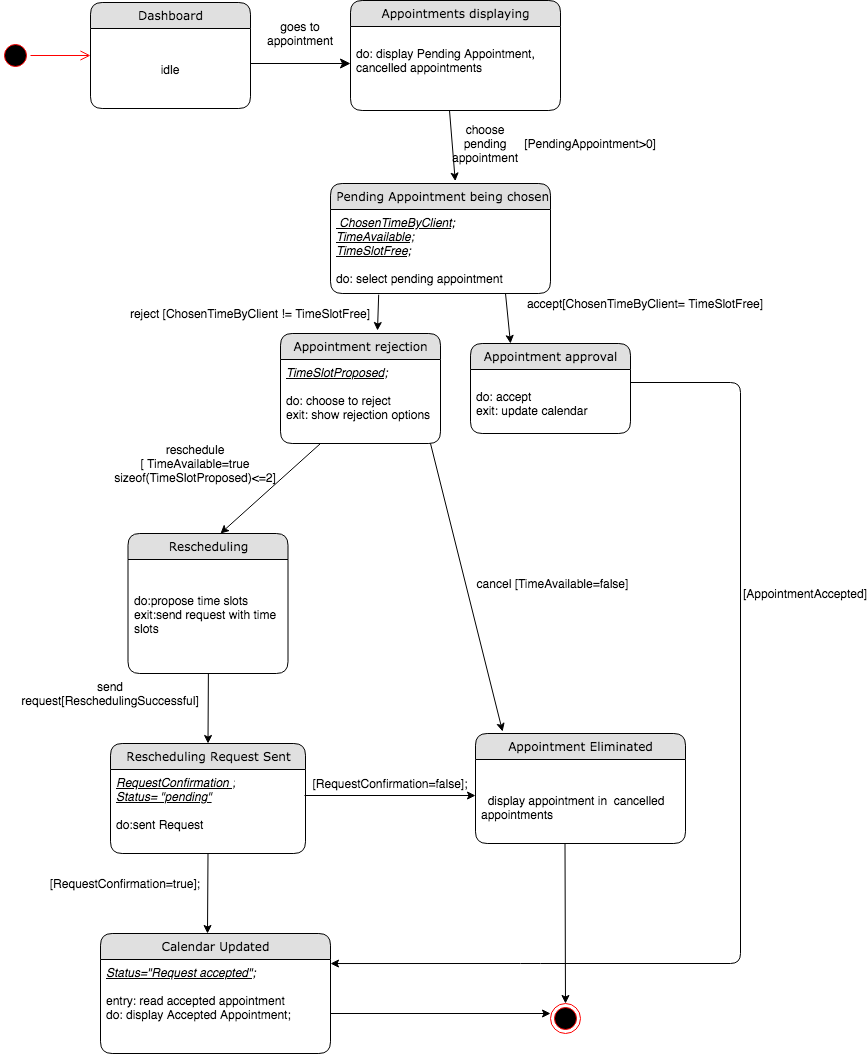
Before: Diagrams/State Chart Diagrams FINAL/ ST_05-06-07  ACCEPT,REJECT,RESCHEDULE APPOINTMENT.png, a diagram exported from draw.io (kkasharaj17/SE-project). Source tidied: cells renumbered, new cells last; positions are measured from the earlier drawing's top-left corner, leaving out a move shared by most shapes. The source it was exported from:
```xml
<mxGraphModel background="#ffffff">
  <root>
    <mxCell id="0" />
    <mxCell id="1" parent="0" />
    <mxCell id="2" style="edgeStyle=orthogonalEdgeStyle;html=1;labelBackgroundColor=none;startFill=0;startSize=8;endFill=1;endSize=8;fontFamily=Verdana;fontSize=12;" parent="1" edge="1" source="13">
      <mxGeometry relative="1" as="geometry">
        <mxPoint x="350" y="63" as="targetPoint" />
        <Array as="points">
          <mxPoint x="170" y="83" />
        </Array>
      </mxGeometry>
    </mxCell>
    <mxCell id="3" value="goes to appointment" style="text;html=1;strokeColor=none;fillColor=none;align=center;verticalAlign=middle;whiteSpace=wrap;rounded=0;" parent="1" vertex="1">
      <mxGeometry x="280" y="23" width="40" height="20" as="geometry" />
    </mxCell>
    <mxCell id="4" style="endArrow=classic;html=1;entryX=0.567;entryY=-0.022;entryDx=0;entryDy=0;entryPerimeter=0;" parent="1" edge="1" target="11">
      <mxGeometry relative="1" as="geometry">
        <mxPoint x="449" y="110" as="sourcePoint" />
      </mxGeometry>
    </mxCell>
    <mxCell id="5" value="choose pending appointment" style="text;html=1;strokeColor=none;fillColor=none;align=center;verticalAlign=middle;whiteSpace=wrap;rounded=0;rotation=0;" parent="1" vertex="1">
      <mxGeometry x="460" y="133" width="50" height="20" as="geometry" />
    </mxCell>
    <mxCell id="6" style="endArrow=classic;html=1;entryX=0.578;entryY=0;entryDx=0;entryDy=0;entryPerimeter=0;" parent="1" edge="1" target="32">
      <mxGeometry relative="1" as="geometry">
        <mxPoint x="320" y="443" as="sourcePoint" />
      </mxGeometry>
    </mxCell>
    <mxCell id="7" style="ellipse;html=1;shape=startState;fillColor=#000000;strokeColor=#ff0000;" parent="1" vertex="1">
      <mxGeometry y="40" width="30" height="30" as="geometry" />
    </mxCell>
    <mxCell id="8" style="edgeStyle=orthogonalEdgeStyle;html=1;verticalAlign=bottom;endArrow=open;endSize=8;strokeColor=#ff0000;" parent="1" edge="1" source="7">
      <mxGeometry relative="1" as="geometry">
        <mxPoint x="90" y="55" as="targetPoint" />
      </mxGeometry>
    </mxCell>
    <mxCell id="9" value="Appointments displaying" style="swimlane;html=1;fontStyle=0;horizontal=1;startSize=26;fillColor=#e0e0e0;swimlaneFillColor=#ffffff;align=center;rounded=1;shadow=0;comic=0;labelBackgroundColor=none;strokeWidth=1;fontFamily=Verdana;fontSize=12;" parent="1" vertex="1">
      <mxGeometry x="350" width="210" height="110" as="geometry" />
    </mxCell>
    <mxCell id="10" value="&lt;br&gt;do: display Pending Appointment,&lt;br&gt;cancelled appointments" style="text;html=1;strokeColor=none;fillColor=none;spacingLeft=4;spacingRight=4;whiteSpace=wrap;overflow=hidden;" parent="9" vertex="1">
      <mxGeometry y="26" width="210" height="84" as="geometry" />
    </mxCell>
    <mxCell id="11" value="&amp;nbsp;Pending Appointment being chosen" style="swimlane;html=1;fontStyle=0;horizontal=1;startSize=26;fillColor=#e0e0e0;swimlaneFillColor=#ffffff;align=center;rounded=1;shadow=0;comic=0;labelBackgroundColor=none;strokeWidth=1;fontFamily=Verdana;fontSize=12;" parent="1" vertex="1">
      <mxGeometry x="330" y="183" width="220" height="110" as="geometry" />
    </mxCell>
    <mxCell id="12" value="&lt;i&gt;&lt;u&gt;&amp;nbsp;ChosenTimeByClient;&lt;br&gt;TimeAvailable;&lt;br&gt;TimeSlotFree;&lt;/u&gt;&lt;/i&gt;&lt;br&gt;&lt;br&gt;do: select pending appointment" style="text;html=1;strokeColor=none;fillColor=none;spacingLeft=4;spacingRight=4;whiteSpace=wrap;overflow=hidden;points=[[0,0.5],[1,0.5]];portConstraint=eastwest;" parent="11" vertex="1">
      <mxGeometry y="26" width="220" height="84" as="geometry" />
    </mxCell>
    <mxCell id="13" value="Dashboard" style="swimlane;html=1;fontStyle=0;horizontal=1;startSize=26;fillColor=#e0e0e0;swimlaneFillColor=#ffffff;align=center;rounded=1;shadow=0;comic=0;labelBackgroundColor=none;strokeWidth=1;fontFamily=Verdana;fontSize=12;" parent="1" vertex="1">
      <mxGeometry x="90" y="2" width="160" height="106" as="geometry" />
    </mxCell>
    <mxCell id="14" value="&lt;br&gt;&lt;br&gt;idle" style="text;html=1;strokeColor=none;fillColor=none;spacingLeft=4;spacingRight=4;whiteSpace=wrap;overflow=hidden;align=center;" parent="13" vertex="1">
      <mxGeometry y="26" width="160" height="54" as="geometry" />
    </mxCell>
    <mxCell id="15" style="ellipse;html=1;shape=endState;fillColor=#000000;strokeColor=#ff0000;" parent="1" vertex="1">
      <mxGeometry x="550" y="1003" width="30" height="30" as="geometry" />
    </mxCell>
    <mxCell id="16" style="endArrow=classic;html=1;entryX=0.25;entryY=0;entryDx=0;entryDy=0;exitX=0;exitY=0;exitDx=0;exitDy=0;" parent="1" edge="1" source="17" target="34">
      <mxGeometry relative="1" as="geometry" />
    </mxCell>
    <mxCell id="17" value="accept[ChosenTimeByClient= TimeSlotFree]" style="text;html=1;strokeColor=none;fillColor=none;align=center;verticalAlign=middle;whiteSpace=wrap;rounded=0;" parent="1" vertex="1">
      <mxGeometry x="505" y="293" width="280" height="20" as="geometry" />
    </mxCell>
    <mxCell id="18" style="endArrow=classic;html=1;exitX=0.219;exitY=1.014;exitDx=0;exitDy=0;exitPerimeter=0;" parent="1" edge="1" source="12">
      <mxGeometry relative="1" as="geometry">
        <mxPoint x="377" y="330" as="targetPoint" />
      </mxGeometry>
    </mxCell>
    <mxCell id="19" value="reschedule&lt;br&gt;[ TimeAvailable=true&lt;br&gt;sizeof(TimeSlotProposed)&amp;lt;=2]" style="text;html=1;strokeColor=none;fillColor=none;align=center;verticalAlign=middle;whiteSpace=wrap;rounded=0;rotation=0;" parent="1" vertex="1">
      <mxGeometry x="100" y="453" width="190" height="20" as="geometry" />
    </mxCell>
    <mxCell id="20" value="[AppointmentAccepted]" style="text;html=1;strokeColor=none;fillColor=none;align=center;verticalAlign=middle;whiteSpace=wrap;rounded=0;" parent="1" vertex="1">
      <mxGeometry x="785" y="583" width="40" height="20" as="geometry" />
    </mxCell>
    <mxCell id="21" style="endArrow=classic;html=1;exitX=1;exitY=0.5;exitDx=0;exitDy=0;entryX=1;entryY=0.043;entryDx=0;entryDy=0;entryPerimeter=0;" parent="1" edge="1" target="41">
      <mxGeometry relative="1" as="geometry">
        <mxPoint x="630" y="382" as="sourcePoint" />
        <Array as="points">
          <mxPoint x="740" y="382" />
          <mxPoint x="740" y="963" />
          <mxPoint x="530" y="963" />
        </Array>
      </mxGeometry>
    </mxCell>
    <mxCell id="22" value="reject [ChosenTimeByClient != TimeSlotFree]" style="text;html=1;strokeColor=none;fillColor=none;align=center;verticalAlign=middle;whiteSpace=wrap;rounded=0;" parent="1" vertex="1">
      <mxGeometry x="110" y="303" width="280" height="20" as="geometry" />
    </mxCell>
    <mxCell id="23" value="Appointment rejection" style="swimlane;html=1;fontStyle=0;horizontal=1;startSize=26;fillColor=#e0e0e0;swimlaneFillColor=#ffffff;align=center;rounded=1;shadow=0;comic=0;labelBackgroundColor=none;strokeWidth=1;fontFamily=Verdana;fontSize=12;" parent="1" vertex="1">
      <mxGeometry x="280" y="333" width="160" height="110" as="geometry" />
    </mxCell>
    <mxCell id="24" value="&lt;i&gt;&lt;u&gt;TimeSlotProposed;&lt;br&gt;&lt;br&gt;&lt;/u&gt;&lt;/i&gt;do: choose to reject&lt;br&gt;exit: show rejection options" style="text;html=1;strokeColor=none;fillColor=none;spacingLeft=4;spacingRight=4;whiteSpace=wrap;overflow=hidden;" parent="23" vertex="1">
      <mxGeometry y="26" width="160" height="74" as="geometry" />
    </mxCell>
    <mxCell id="25" value="[PendingAppointment&amp;gt;0]" style="text;html=1;strokeColor=none;fillColor=none;align=center;verticalAlign=middle;whiteSpace=wrap;rounded=0;" parent="1" vertex="1">
      <mxGeometry x="570" y="133" width="40" height="20" as="geometry" />
    </mxCell>
    <mxCell id="26" style="endArrow=classic;html=1;entryX=0.5;entryY=0;entryDx=0;entryDy=0;" parent="1" edge="1" target="27">
      <mxGeometry relative="1" as="geometry">
        <mxPoint x="208" y="653" as="sourcePoint" />
      </mxGeometry>
    </mxCell>
    <mxCell id="27" value="Rescheduling Request Sent" style="swimlane;html=1;fontStyle=0;horizontal=1;startSize=26;fillColor=#e0e0e0;swimlaneFillColor=#ffffff;align=center;rounded=1;shadow=0;comic=0;labelBackgroundColor=none;strokeWidth=1;fontFamily=Verdana;fontSize=12;" parent="1" vertex="1">
      <mxGeometry x="110" y="743" width="195" height="110" as="geometry" />
    </mxCell>
    <mxCell id="28" value="&lt;i&gt;&lt;u&gt;RequestConfirmation ;&lt;br&gt;Status= &quot;pending&quot;&lt;/u&gt;&lt;/i&gt;&lt;br&gt;&lt;br&gt;do:sent Request" style="text;html=1;strokeColor=none;fillColor=none;spacingLeft=4;spacingRight=4;whiteSpace=wrap;overflow=hidden;" parent="27" vertex="1">
      <mxGeometry y="26" width="195" height="84" as="geometry" />
    </mxCell>
    <mxCell id="29" value="[RequestConfirmation=false];" style="text;html=1;strokeColor=none;fillColor=none;align=center;verticalAlign=middle;whiteSpace=wrap;rounded=0;rotation=0;" parent="1" vertex="1">
      <mxGeometry x="305" y="773" width="170" height="20" as="geometry" />
    </mxCell>
    <mxCell id="30" value="[RequestConfirmation=true];" style="text;html=1;strokeColor=none;fillColor=none;align=center;verticalAlign=middle;whiteSpace=wrap;rounded=0;rotation=0;" parent="1" vertex="1">
      <mxGeometry x="40" y="873" width="170" height="20" as="geometry" />
    </mxCell>
    <mxCell id="31" value="send request[ReschedulingSuccessful]" style="text;html=1;strokeColor=none;fillColor=none;align=center;verticalAlign=middle;whiteSpace=wrap;rounded=0;rotation=0;" parent="1" vertex="1">
      <mxGeometry x="60" y="683" width="100" height="20" as="geometry" />
    </mxCell>
    <mxCell id="32" value="Rescheduling" style="swimlane;html=1;fontStyle=0;horizontal=1;startSize=26;fillColor=#e0e0e0;swimlaneFillColor=#ffffff;align=center;rounded=1;shadow=0;comic=0;labelBackgroundColor=none;strokeWidth=1;fontFamily=Verdana;fontSize=12;" parent="1" vertex="1">
      <mxGeometry x="127.5" y="533" width="160" height="140" as="geometry" />
    </mxCell>
    <mxCell id="33" value="&lt;br&gt;&lt;br&gt;do:propose time slots&lt;br&gt;exit:send request with time slots" style="text;html=1;strokeColor=none;fillColor=none;spacingLeft=4;spacingRight=4;whiteSpace=wrap;overflow=hidden;" parent="32" vertex="1">
      <mxGeometry y="26" width="160" height="104" as="geometry" />
    </mxCell>
    <mxCell id="34" value="Appointment approval" style="swimlane;html=1;fontStyle=0;horizontal=1;startSize=26;fillColor=#e0e0e0;swimlaneFillColor=#ffffff;align=center;rounded=1;shadow=0;comic=0;labelBackgroundColor=none;strokeWidth=1;fontFamily=Verdana;fontSize=12;" parent="1" vertex="1">
      <mxGeometry x="470" y="343" width="160" height="90" as="geometry" />
    </mxCell>
    <mxCell id="35" value="&lt;br&gt;do: accept&lt;br&gt;exit: update calendar" style="text;html=1;strokeColor=none;fillColor=none;spacingLeft=4;spacingRight=4;whiteSpace=wrap;overflow=hidden;" parent="34" vertex="1">
      <mxGeometry y="26" width="160" height="54" as="geometry" />
    </mxCell>
    <mxCell id="36" style="endArrow=classic;html=1;strokeColor=#000000;" parent="1" edge="1">
      <mxGeometry relative="1" as="geometry">
        <mxPoint x="300" y="1013" as="sourcePoint" />
        <mxPoint x="550" y="1013" as="targetPoint" />
      </mxGeometry>
    </mxCell>
    <mxCell id="37" style="endArrow=classic;html=1;entryX=0.5;entryY=0;entryDx=0;entryDy=0;" parent="1" edge="1" target="15">
      <mxGeometry relative="1" as="geometry">
        <mxPoint x="564.5" y="843" as="sourcePoint" />
      </mxGeometry>
    </mxCell>
    <mxCell id="38" value="Appointment Eliminated" style="swimlane;html=1;fontStyle=0;horizontal=1;startSize=26;fillColor=#e0e0e0;swimlaneFillColor=#ffffff;align=center;rounded=1;shadow=0;comic=0;labelBackgroundColor=none;strokeWidth=1;fontFamily=Verdana;fontSize=12;" parent="1" vertex="1">
      <mxGeometry x="475" y="733" width="210" height="110" as="geometry" />
    </mxCell>
    <mxCell id="39" value="&lt;br&gt;&lt;br&gt;&amp;nbsp; display appointment in&amp;nbsp; cancelled appointments" style="text;html=1;strokeColor=none;fillColor=none;spacingLeft=4;spacingRight=4;whiteSpace=wrap;overflow=hidden;points=[[0,0.5],[1,0.5]];portConstraint=eastwest;" parent="38" vertex="1">
      <mxGeometry y="26" width="210" height="84" as="geometry" />
    </mxCell>
    <mxCell id="40" value="Calendar Updated" style="swimlane;html=1;fontStyle=0;horizontal=1;startSize=26;fillColor=#e0e0e0;swimlaneFillColor=#ffffff;align=center;rounded=1;shadow=0;comic=0;labelBackgroundColor=none;strokeWidth=1;fontFamily=Verdana;fontSize=12;" parent="1" vertex="1">
      <mxGeometry x="100" y="933" width="230" height="120" as="geometry" />
    </mxCell>
    <mxCell id="41" value="&lt;i&gt;&lt;u&gt;Status=&quot;Request accepted&quot;;&lt;br&gt;&lt;br&gt;&lt;/u&gt;&lt;/i&gt;entry: read accepted appointment&lt;br&gt;do:&amp;nbsp;display Accepted Appointment;" style="text;html=1;strokeColor=none;fillColor=none;spacingLeft=4;spacingRight=4;whiteSpace=wrap;overflow=hidden;points=[[0,0.5],[1,0.5]];portConstraint=eastwest;" parent="40" vertex="1">
      <mxGeometry y="26" width="230" height="94" as="geometry" />
    </mxCell>
    <mxCell id="42" style="endArrow=classic;html=1;" parent="1" edge="1">
      <mxGeometry relative="1" as="geometry">
        <mxPoint x="207.5" y="853" as="sourcePoint" />
        <mxPoint x="207" y="933" as="targetPoint" />
      </mxGeometry>
    </mxCell>
    <mxCell id="43" style="endArrow=classic;html=1;strokeColor=#000000;entryX=0;entryY=0.429;entryDx=0;entryDy=0;entryPerimeter=0;" parent="1" edge="1" target="39">
      <mxGeometry relative="1" as="geometry">
        <mxPoint x="304" y="795" as="sourcePoint" />
      </mxGeometry>
    </mxCell>
    <mxCell id="44" style="endArrow=classic;html=1;strokeColor=#000000;entryX=0.129;entryY=-0.018;entryDx=0;entryDy=0;entryPerimeter=0;" parent="1" edge="1" target="38">
      <mxGeometry relative="1" as="geometry">
        <mxPoint x="430" y="443" as="sourcePoint" />
      </mxGeometry>
    </mxCell>
    <mxCell id="45" value="cancel [TimeAvailable=false]" style="text;html=1;strokeColor=none;fillColor=none;align=center;verticalAlign=middle;whiteSpace=wrap;rounded=0;" parent="1" vertex="1">
      <mxGeometry x="475" y="573" width="155" height="20" as="geometry" />
    </mxCell>
  </root>
</mxGraphModel>
```
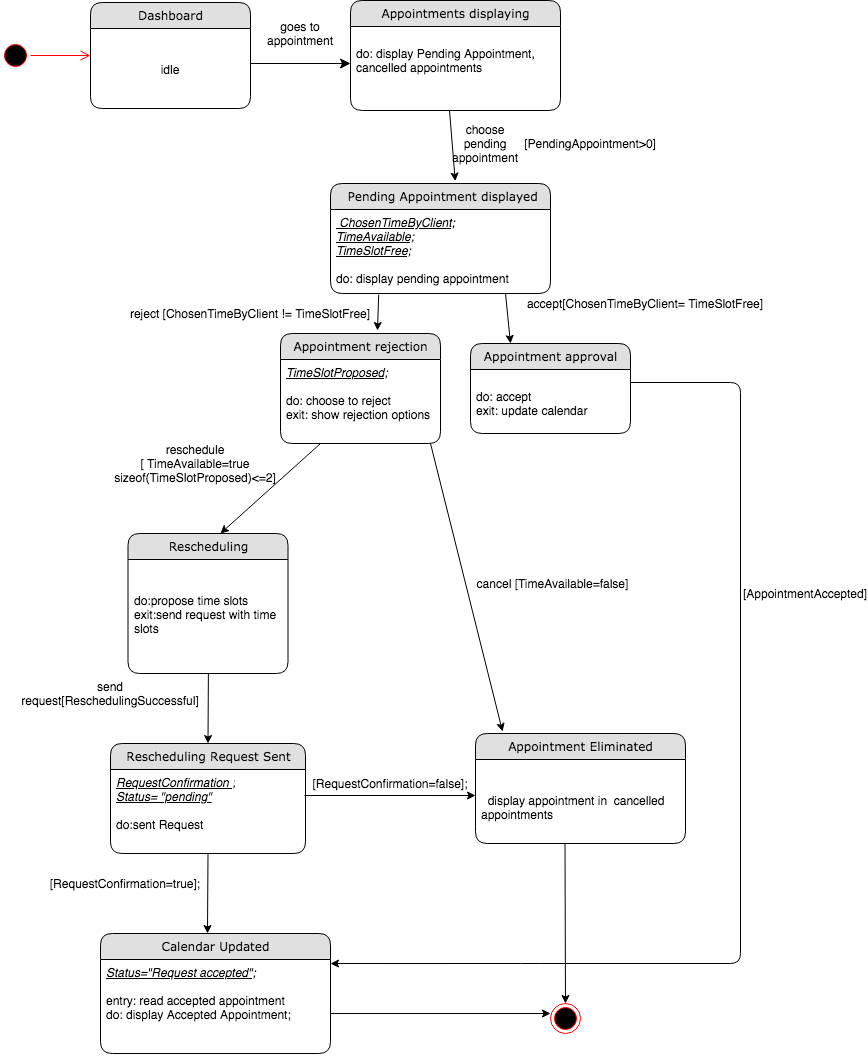
Later version of the same file.

Diff of the diagram source:
```diff
@@ -40,10 +40,10 @@
     <mxCell id="10" value="&lt;br&gt;do: display Pending Appointment,&lt;br&gt;cancelled appointments" style="text;html=1;strokeColor=none;fillColor=none;spacingLeft=4;spacingRight=4;whiteSpace=wrap;overflow=hidden;" parent="9" vertex="1">
       <mxGeometry y="26" width="210" height="84" as="geometry" />
     </mxCell>
-    <mxCell id="11" value="&amp;nbsp;Pending Appointment being chosen" style="swimlane;html=1;fontStyle=0;horizontal=1;startSize=26;fillColor=#e0e0e0;swimlaneFillColor=#ffffff;align=center;rounded=1;shadow=0;comic=0;labelBackgroundColor=none;strokeWidth=1;fontFamily=Verdana;fontSize=12;" parent="1" vertex="1">
+    <mxCell id="11" value="&amp;nbsp;Pending Appointment displayed" style="swimlane;html=1;fontStyle=0;horizontal=1;startSize=26;fillColor=#e0e0e0;swimlaneFillColor=#ffffff;align=center;rounded=1;shadow=0;comic=0;labelBackgroundColor=none;strokeWidth=1;fontFamily=Verdana;fontSize=12;" parent="1" vertex="1">
       <mxGeometry x="330" y="183" width="220" height="110" as="geometry" />
     </mxCell>
-    <mxCell id="12" value="&lt;i&gt;&lt;u&gt;&amp;nbsp;ChosenTimeByClient;&lt;br&gt;TimeAvailable;&lt;br&gt;TimeSlotFree;&lt;/u&gt;&lt;/i&gt;&lt;br&gt;&lt;br&gt;do: select pending appointment" style="text;html=1;strokeColor=none;fillColor=none;spacingLeft=4;spacingRight=4;whiteSpace=wrap;overflow=hidden;points=[[0,0.5],[1,0.5]];portConstraint=eastwest;" parent="11" vertex="1">
+    <mxCell id="12" value="&lt;i&gt;&lt;u&gt;&amp;nbsp;ChosenTimeByClient;&lt;br&gt;TimeAvailable;&lt;br&gt;TimeSlotFree;&lt;/u&gt;&lt;/i&gt;&lt;br&gt;&lt;br&gt;do: display pending appointment" style="text;html=1;strokeColor=none;fillColor=none;spacingLeft=4;spacingRight=4;whiteSpace=wrap;overflow=hidden;points=[[0,0.5],[1,0.5]];portConstraint=eastwest;" parent="11" vertex="1">
       <mxGeometry y="26" width="220" height="84" as="geometry" />
     </mxCell>
     <mxCell id="13" value="Dashboard" style="swimlane;html=1;fontStyle=0;horizontal=1;startSize=26;fillColor=#e0e0e0;swimlaneFillColor=#ffffff;align=center;rounded=1;shadow=0;comic=0;labelBackgroundColor=none;strokeWidth=1;fontFamily=Verdana;fontSize=12;" parent="1" vertex="1">
```
